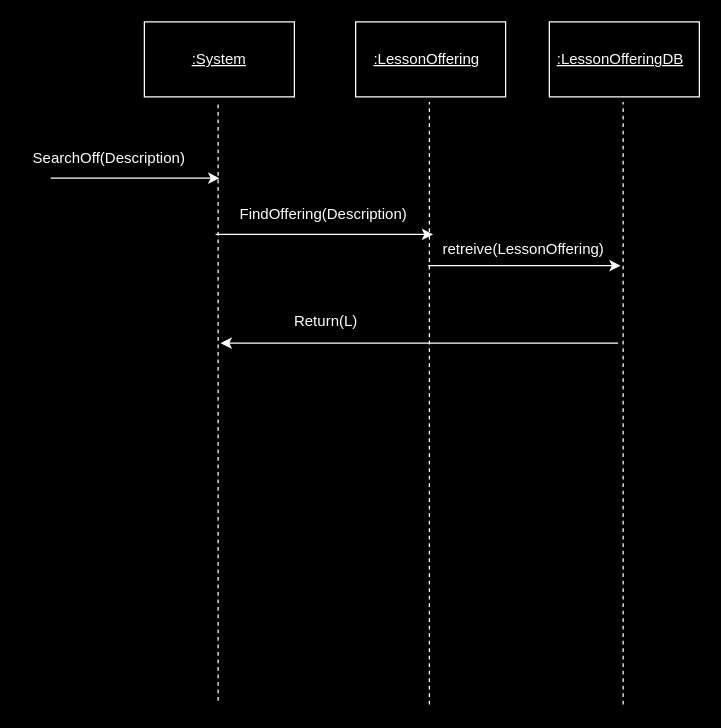
matdavid7272/342project keeps this draw.io diagram as ss_SearchOffering.drawio. Above is the earlier version. Source tidied: cells renumbered, new cells numbered last; positions are measured from the earlier drawing's top-left corner, leaving out a move shared by most shapes. Both pictures are drawn from the tidied source at 125%, with x=0, y=0 at pixel (21, 21).
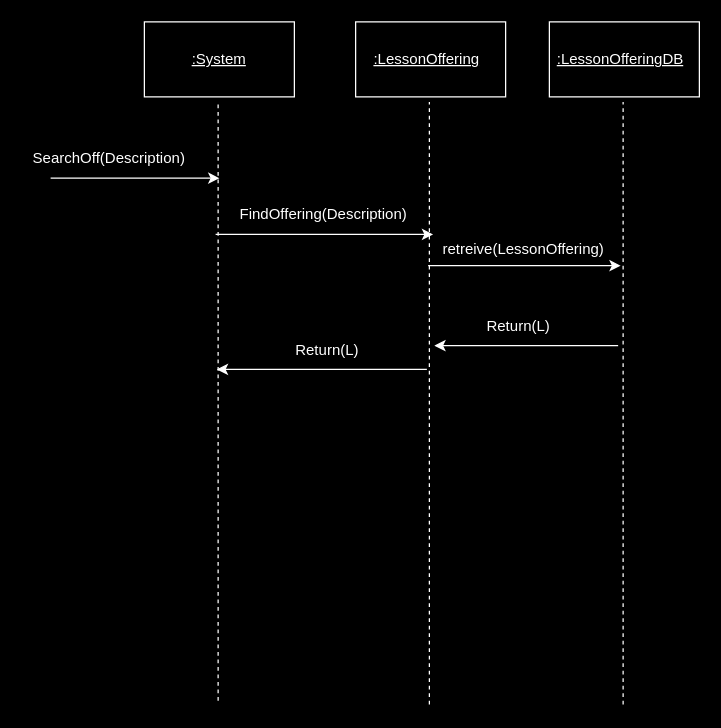
The same diagram, later.

Diff of the diagram source:
```diff
@@
-    <mxCell id="18" style="endArrow=classic;html=1;rounded=0;strokeColor=#FFFFFF;" parent="1" edge="1">
+    <mxCell id="18" style="endArrow=classic;html=1;rounded=0;strokeColor=#FFFFFF;entryX=0;entryY=1;entryDx=0;entryDy=0;" parent="1" edge="1" target="19">
       <mxGeometry relative="1" as="geometry">
-        <mxPoint x="477" y="257" as="sourcePoint" />
-        <mxPoint x="159" y="257" as="targetPoint" />
+        <mxPoint x="477" y="259" as="sourcePoint" />
       </mxGeometry>
     </mxCell>
     <mxCell id="19" value="&lt;font color=&quot;#ffffff&quot;&gt;Return(L)&lt;/font&gt;" style="text;html=1;align=center;verticalAlign=middle;whiteSpace=wrap;rounded=0;" parent="1" vertex="1">
-      <mxGeometry x="176" y="225" width="135" height="30" as="geometry" />
+      <mxGeometry x="330" y="229" width="135" height="30" as="geometry" />
     </mxCell>
+    <mxCell id="20" style="endArrow=classic;html=1;rounded=0;strokeColor=#FFFFFF;" parent="1" edge="1">
+      <mxGeometry relative="1" as="geometry">
+        <mxPoint x="324" y="278" as="sourcePoint" />
+        <mxPoint x="156" y="278" as="targetPoint" />
+      </mxGeometry>
+    </mxCell>
+    <mxCell id="21" value="&lt;font color=&quot;#ffffff&quot;&gt;Return(L)&lt;/font&gt;" style="text;html=1;align=center;verticalAlign=middle;whiteSpace=wrap;rounded=0;" parent="1" vertex="1">
+      <mxGeometry x="177" y="248" width="135" height="30" as="geometry" />
+    </mxCell>
```
